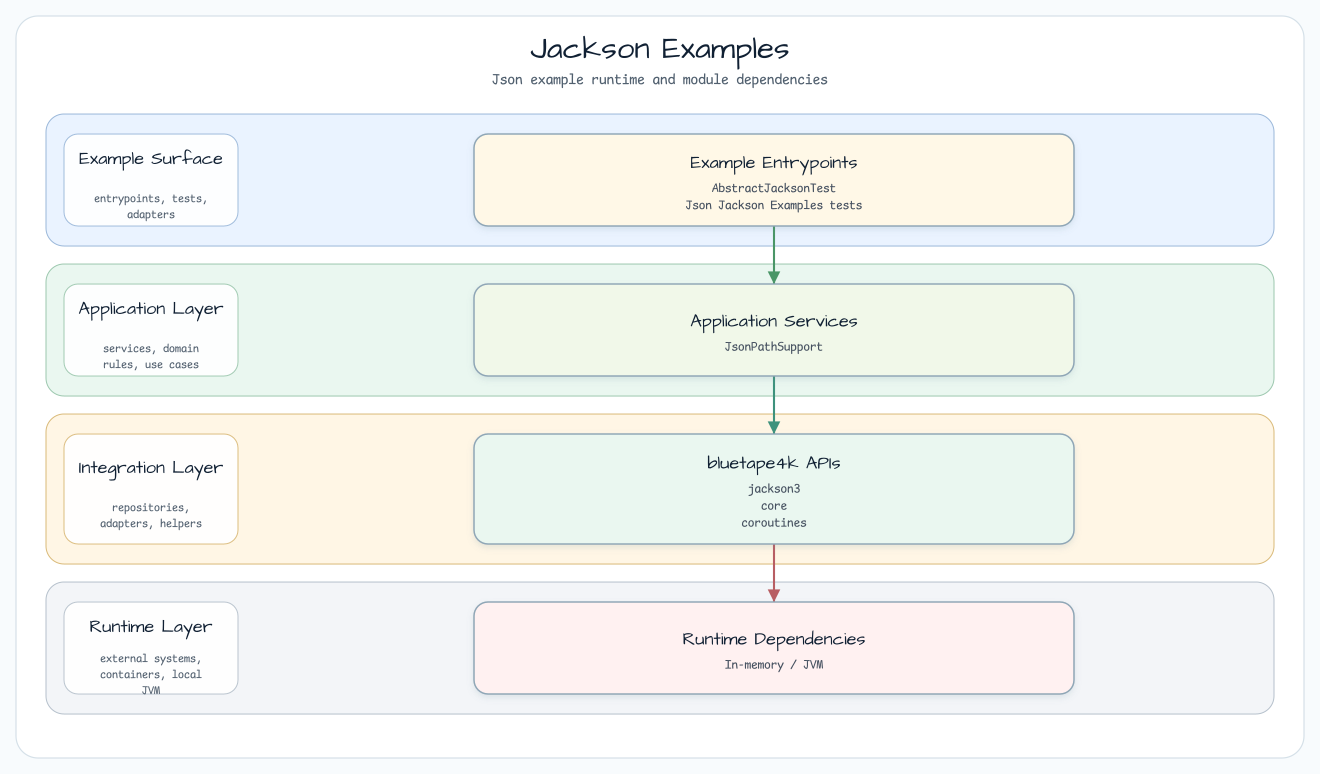
bluetape4k/bluetape4k-workshop keeps this Graphviz diagram as docs/images/readme-diagrams/json-jackson-examples-readme-architecture-01.png. Above is the earlier version. Its source is kept beside it as docs/images/readme-diagrams/json-jackson-examples-readme-architecture-01.dot.
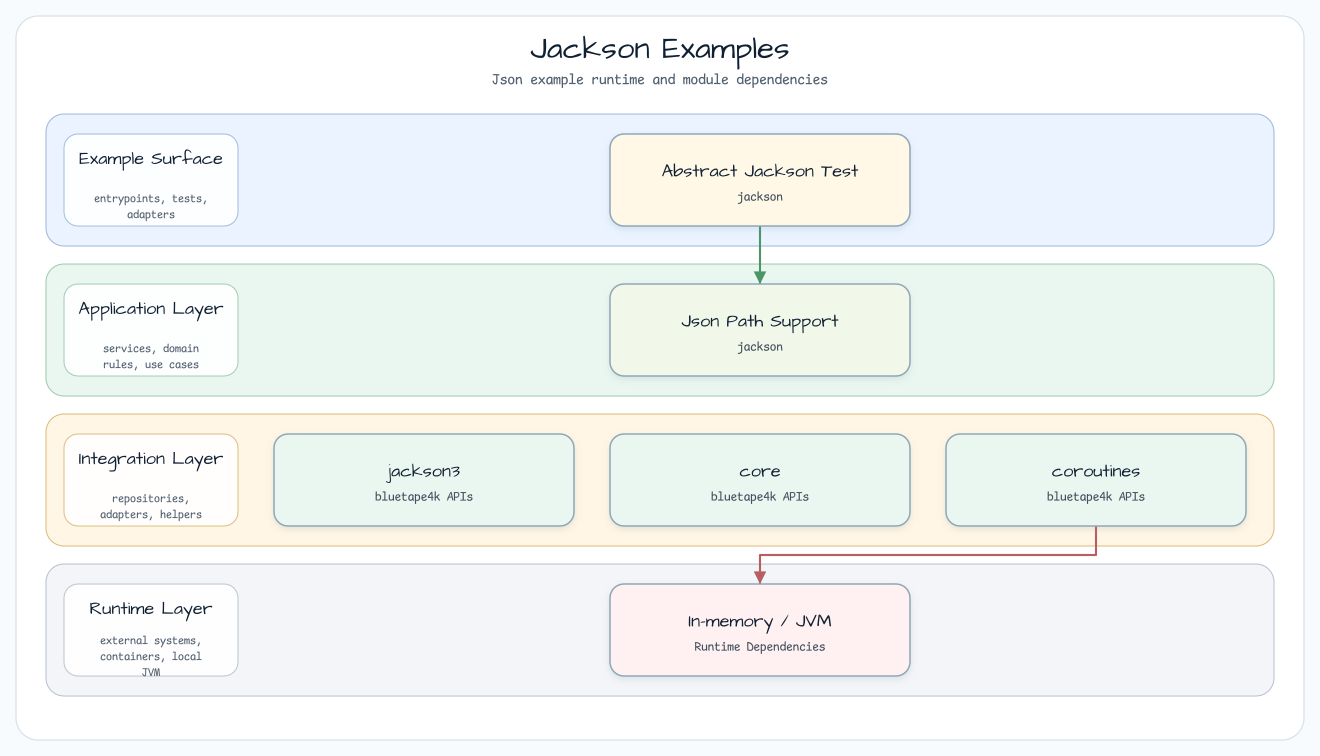
Later version of the same file.

What changed in the source:
```diff
@@ -26,12 +26,13 @@
     fontsize=11
   ];
 
-  entry [label="Example Entrypoints\nAbstractJacksonTest\nJson Jackson Examples tests", fillcolor="#FFF8E7"];
-  service [label="Application Services\nJsonPathSupport", fillcolor="#F1F8E9"];
-  bt [label="bluetape4k APIs\njackson3\ncore\ncoroutines", fillcolor="#EAF7F0"];
-  runtime [label="Runtime Dependencies\nIn-memory / JVM", fillcolor="#FFF1F1"];
+  entry0 [label="Abstract Jackson Test\njackson", fillcolor="#FFF8E7"];
+  service0 [label="Json Path Support\njackson", fillcolor="#F1F8E9"];
+  bt0 [label="jackson3\nbluetape4k APIs", fillcolor="#EAF7F0"];
+  bt1 [label="core\nbluetape4k APIs", fillcolor="#EAF7F0"];
+  bt2 [label="coroutines\nbluetape4k APIs", fillcolor="#EAF7F0"];
+  runtime0 [label="In-memory / JVM\nRuntime Dependencies", fillcolor="#FFF1F1"];
 
-  entry -> service [label="delegates"];
-  service -> bt [label="extends"];
-  bt -> runtime [label="adapts"];
+  entry0 -> service0 [label="starts"];
+  bt2 -> runtime0 [label="adapts"];
 }
```
